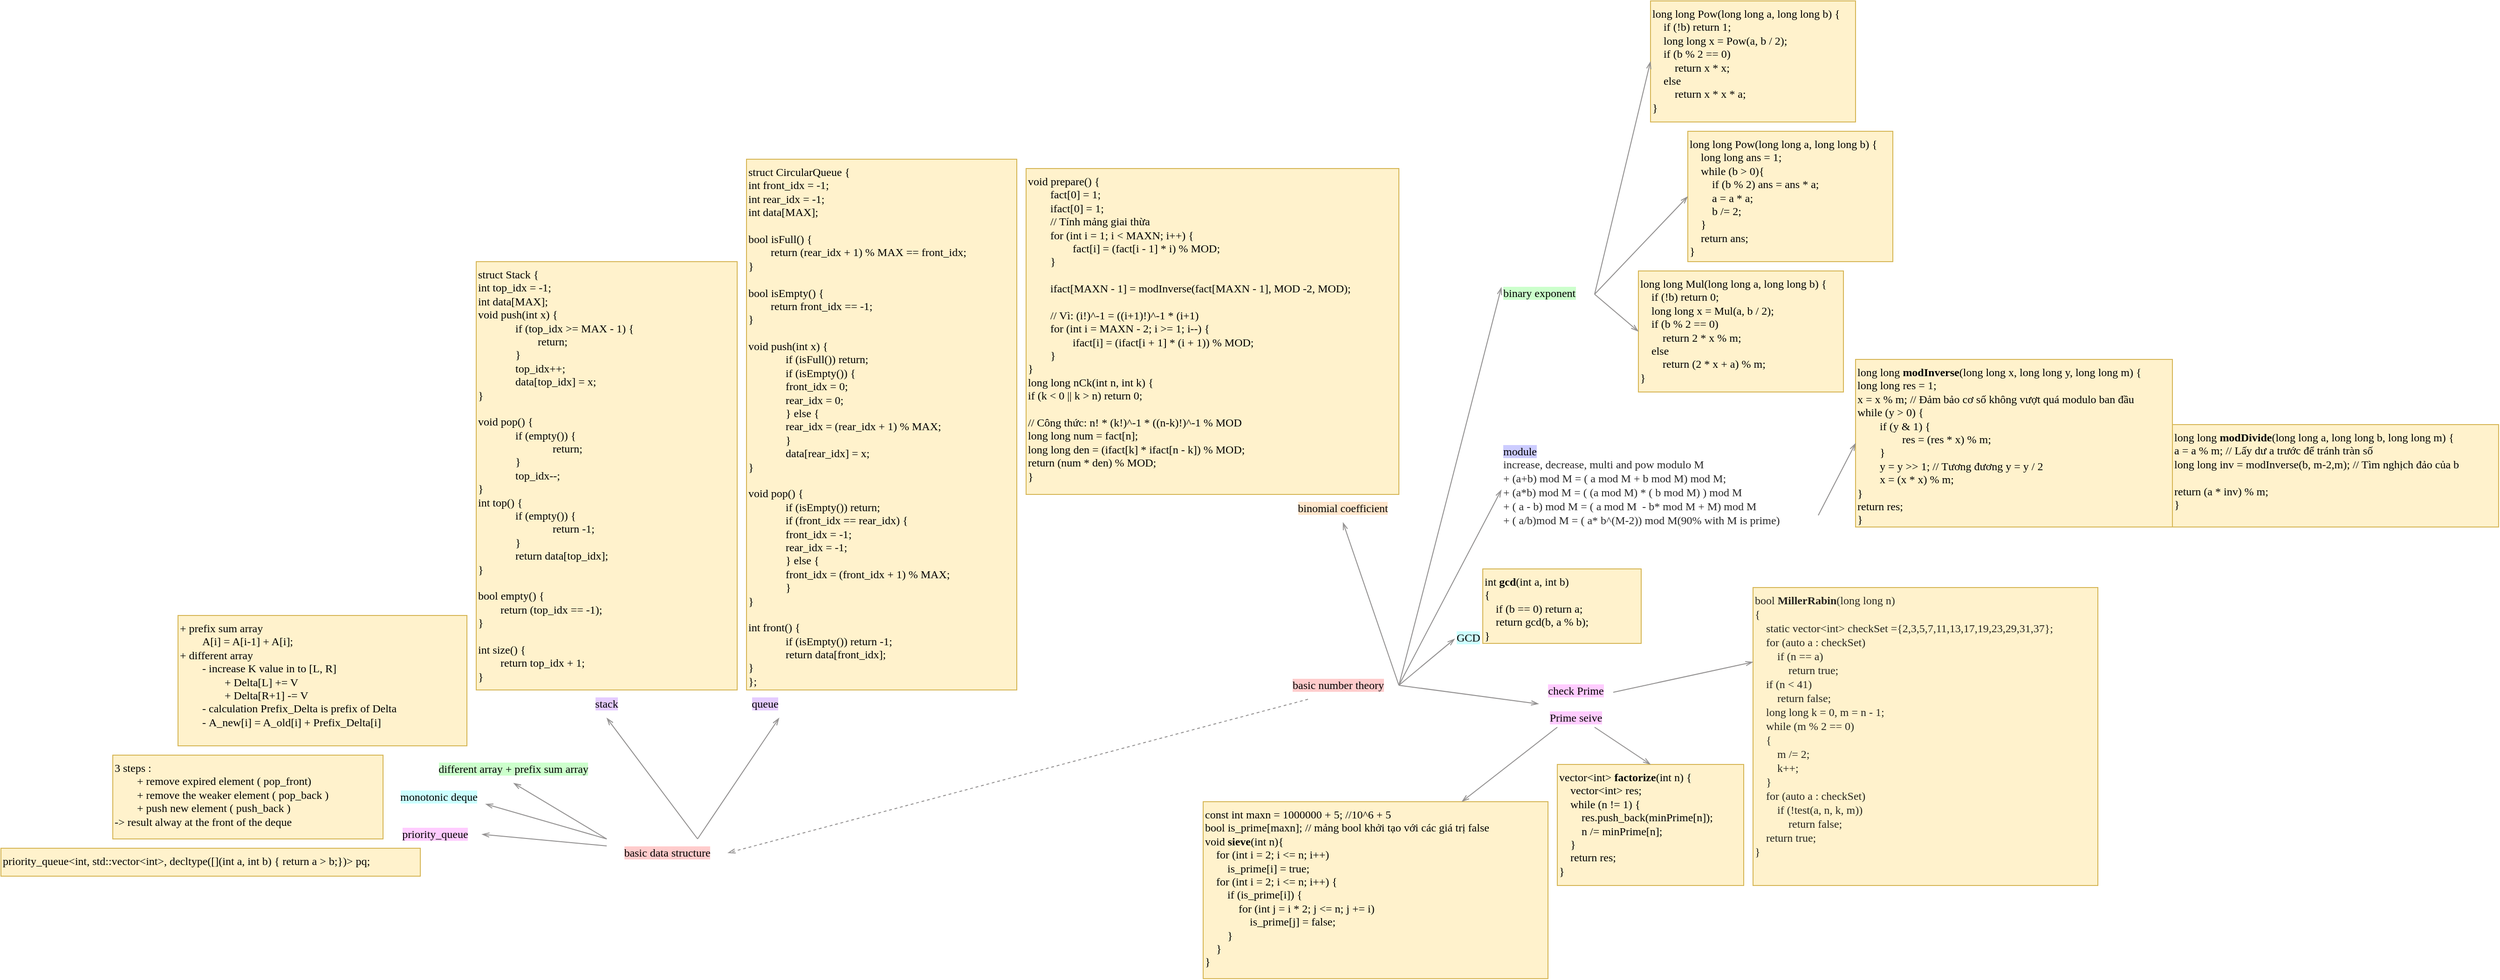
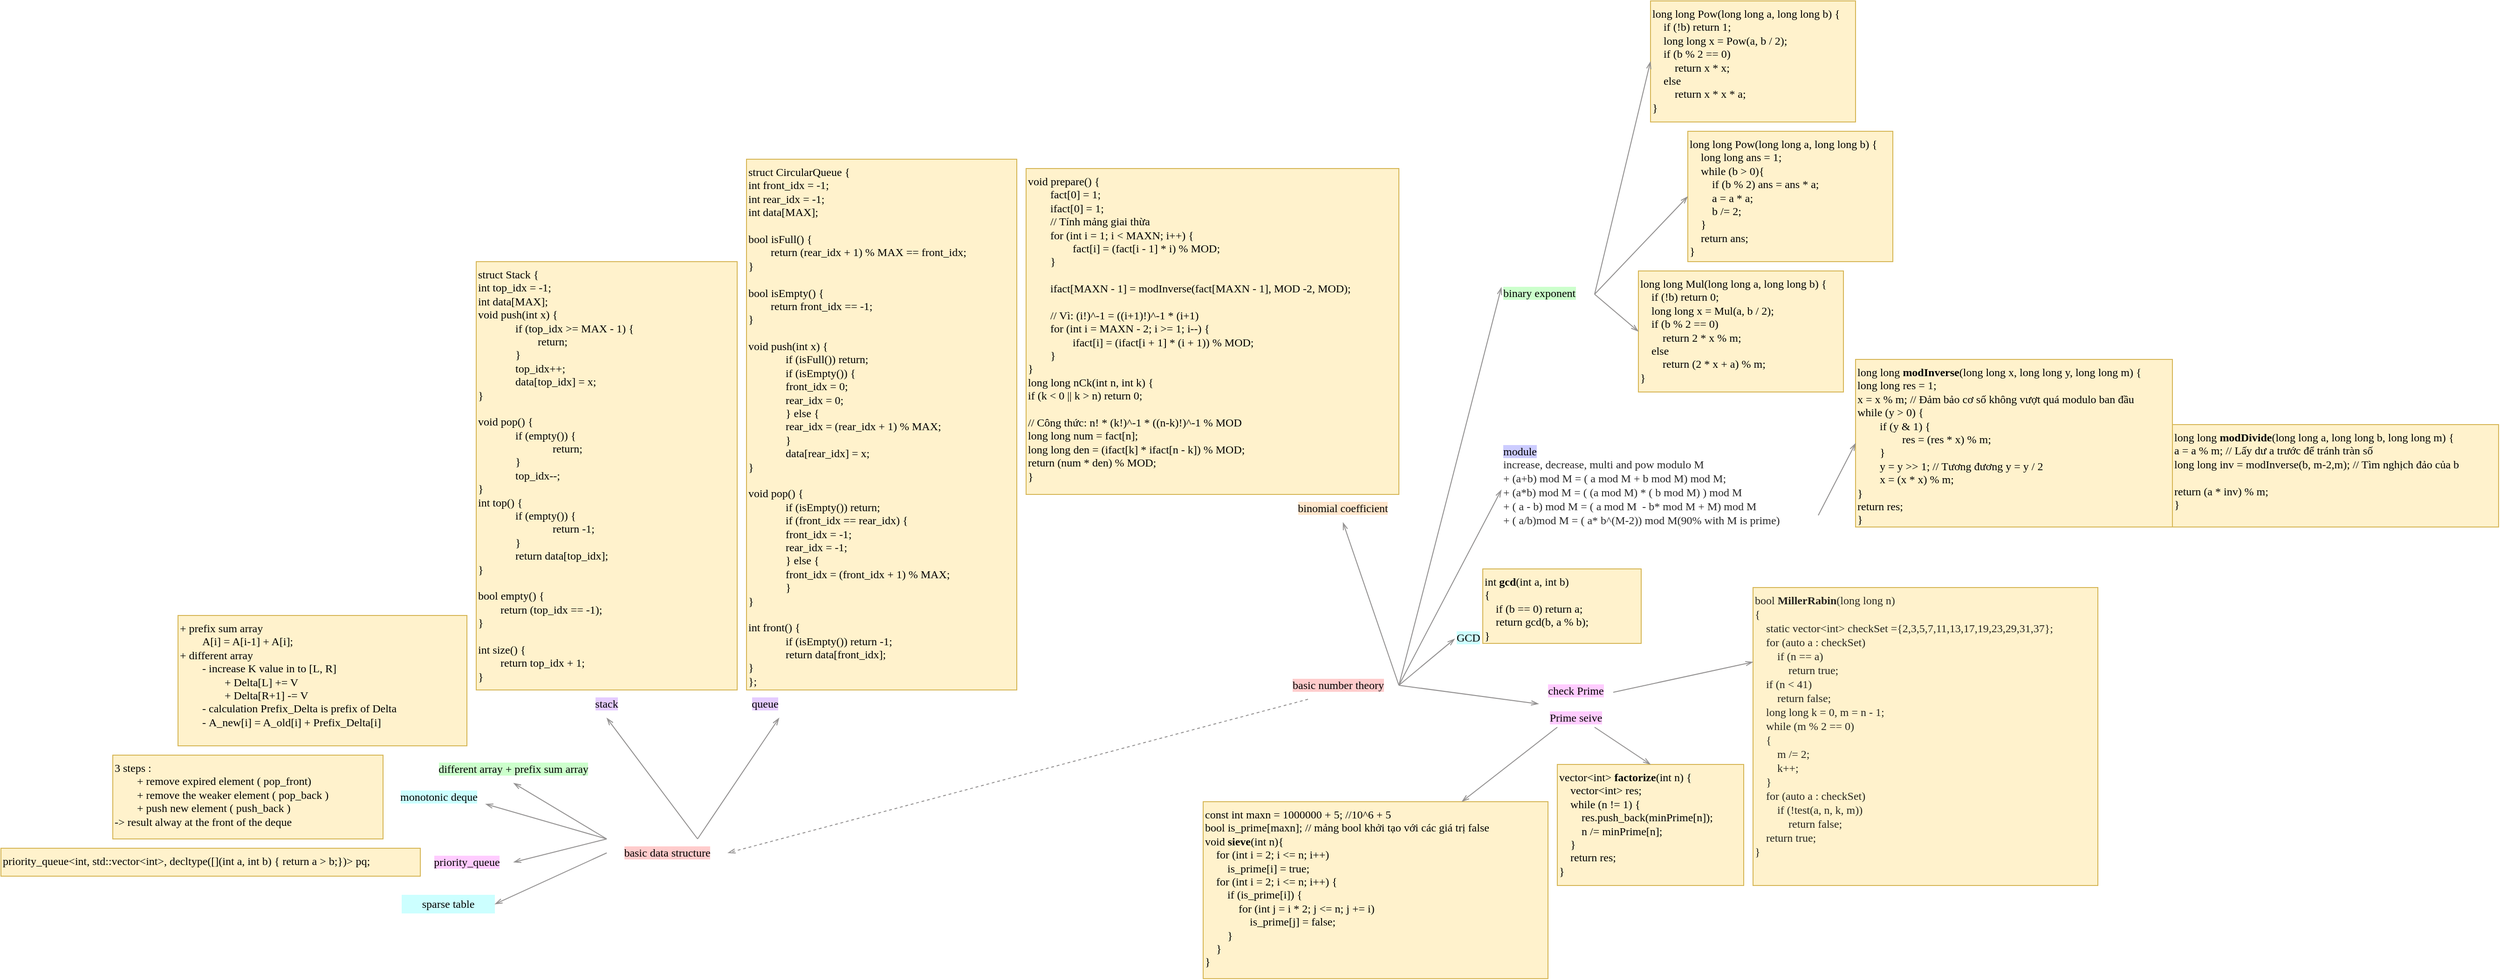
<mxfile host="Electron" agent="Mozilla/5.0 (Macintosh; Intel Mac OS X 10_15_7) AppleWebKit/537.36 (KHTML, like Gecko) draw.io/29.3.0 Chrome/140.0.7339.249 Electron/38.7.2 Safari/537.36" version="29.3.0">
  <diagram name="Page-1" id="lTk_YM_8AerEHsBu_3yp">
-     <mxGraphModel dx="2981" dy="1926" grid="1" gridSize="10" guides="1" tooltips="1" connect="1" arrows="1" fold="1" page="1" pageScale="1" pageWidth="827" pageHeight="1169" math="0" shadow="0">
+     <mxGraphModel dx="2388" dy="1588" grid="1" gridSize="10" guides="1" tooltips="1" connect="1" arrows="1" fold="1" page="1" pageScale="1" pageWidth="827" pageHeight="1169" math="0" shadow="0">
      <root>
        <mxCell id="0" />
        <mxCell id="1" parent="0" />
        <mxCell id="2UC4lkJaAp2TDeO5gQIq-2" parent="1" style="rounded=1;whiteSpace=wrap;html=1;fontFamily=Comic Sans MS;strokeColor=none;" value="&lt;span style=&quot;background-color: rgb(255, 204, 204);&quot;&gt;basic number theory&lt;/span&gt;" vertex="1">
          <mxGeometry height="30" width="130" x="440" y="220" as="geometry" />
        </mxCell>
        <mxCell id="2UC4lkJaAp2TDeO5gQIq-5" parent="1" style="text;html=1;whiteSpace=wrap;strokeColor=none;fillColor=none;align=left;verticalAlign=top;rounded=0;fontFamily=Comic Sans MS;" value="&lt;font style=&quot;background-color: rgb(204, 204, 255);&quot;&gt;module&lt;/font&gt;&lt;div&gt;&lt;p class=&quot;p1&quot; style=&quot;margin: 0px; font-variant-numeric: normal; font-variant-east-asian: normal; font-variant-alternates: normal; font-size-adjust: none; font-kerning: auto; font-optical-sizing: auto; font-feature-settings: normal; font-variation-settings: normal; font-variant-position: normal; font-variant-emoji: normal; font-stretch: normal; line-height: normal; color: rgba(0, 0, 0, 0.85);&quot;&gt;&lt;font&gt;increase, decrease, multi and pow modulo M&lt;/font&gt;&lt;/p&gt;&lt;p class=&quot;p1&quot; style=&quot;margin: 0px; font-variant-numeric: normal; font-variant-east-asian: normal; font-variant-alternates: normal; font-size-adjust: none; font-kerning: auto; font-optical-sizing: auto; font-feature-settings: normal; font-variation-settings: normal; font-variant-position: normal; font-variant-emoji: normal; font-stretch: normal; line-height: normal; color: rgba(0, 0, 0, 0.85);&quot;&gt;&lt;font&gt;+ (a+b) mod M = ( a mod M + b mod M) mod M;&lt;/font&gt;&lt;/p&gt;&lt;p class=&quot;p1&quot; style=&quot;margin: 0px; font-variant-numeric: normal; font-variant-east-asian: normal; font-variant-alternates: normal; font-size-adjust: none; font-kerning: auto; font-optical-sizing: auto; font-feature-settings: normal; font-variation-settings: normal; font-variant-position: normal; font-variant-emoji: normal; font-stretch: normal; line-height: normal; color: rgba(0, 0, 0, 0.85);&quot;&gt;&lt;font&gt;+ (a*b) mod M = ( (a mod M) * ( b mod M) ) mod M&lt;/font&gt;&lt;/p&gt;&lt;p class=&quot;p1&quot; style=&quot;margin: 0px; font-variant-numeric: normal; font-variant-east-asian: normal; font-variant-alternates: normal; font-size-adjust: none; font-kerning: auto; font-optical-sizing: auto; font-feature-settings: normal; font-variation-settings: normal; font-variant-position: normal; font-variant-emoji: normal; font-stretch: normal; line-height: normal; color: rgba(0, 0, 0, 0.85);&quot;&gt;&lt;font&gt;+ ( a - b) mod M = ( a mod M&amp;nbsp; - b* mod M + M) mod M&lt;/font&gt;&lt;/p&gt;&lt;p class=&quot;p1&quot; style=&quot;margin: 0px; font-variant-numeric: normal; font-variant-east-asian: normal; font-variant-alternates: normal; font-size-adjust: none; font-kerning: auto; font-optical-sizing: auto; font-feature-settings: normal; font-variation-settings: normal; font-variant-position: normal; font-variant-emoji: normal; font-stretch: normal; line-height: normal; color: rgba(0, 0, 0, 0.85);&quot;&gt;+ ( a/b)mod M = ( a* b^(M-2)) mod M(90% with M is prime)&lt;/p&gt;&lt;/div&gt;" vertex="1">
          <mxGeometry height="110" width="340" x="680" y="-30" as="geometry" />
        </mxCell>
        <mxCell id="-DmCGCNFtCowsvC-I4bx-1" edge="1" parent="1" source="2UC4lkJaAp2TDeO5gQIq-2" style="endArrow=openThin;html=1;rounded=0;endFill=0;strokeColor=light-dark(#929090, #ededed);exitX=1;exitY=0.5;exitDx=0;exitDy=0;entryX=0;entryY=0.5;entryDx=0;entryDy=0;" target="2UC4lkJaAp2TDeO5gQIq-5" value="">
          <mxGeometry height="50" relative="1" width="50" as="geometry">
            <mxPoint x="890" y="320" as="sourcePoint" />
            <mxPoint x="940" y="270" as="targetPoint" />
          </mxGeometry>
        </mxCell>
        <mxCell id="-DmCGCNFtCowsvC-I4bx-2" parent="1" style="text;html=1;whiteSpace=wrap;strokeColor=none;fillColor=none;align=left;verticalAlign=top;rounded=0;" value="&lt;div&gt;&lt;div&gt;&lt;font face=&quot;Comic Sans MS&quot; style=&quot;background-color: rgb(204, 255, 255);&quot;&gt;GCD&lt;/font&gt;&lt;/div&gt;&lt;/div&gt;" vertex="1">
          <mxGeometry height="30" width="30" x="630" y="170" as="geometry" />
        </mxCell>
        <mxCell id="-DmCGCNFtCowsvC-I4bx-4" edge="1" parent="1" source="2UC4lkJaAp2TDeO5gQIq-2" style="endArrow=openThin;html=1;rounded=0;endFill=0;strokeColor=light-dark(#929090, #ededed);exitX=1;exitY=0.5;exitDx=0;exitDy=0;entryX=0;entryY=0.5;entryDx=0;entryDy=0;" target="-DmCGCNFtCowsvC-I4bx-2" value="">
          <mxGeometry height="50" relative="1" width="50" as="geometry">
            <mxPoint x="630" y="150" as="sourcePoint" />
            <mxPoint x="680" y="100" as="targetPoint" />
          </mxGeometry>
        </mxCell>
        <mxCell id="-DmCGCNFtCowsvC-I4bx-6" parent="1" style="rounded=0;whiteSpace=wrap;html=1;fillColor=#fff2cc;strokeColor=#d6b656;align=left;verticalAlign=top;fontFamily=Comic Sans MS;" value="&lt;span class=&quot;hljs-function&quot;&gt;&lt;span class=&quot;hljs-keyword&quot;&gt;long&lt;/span&gt; &lt;span class=&quot;hljs-keyword&quot;&gt;long&lt;/span&gt;&amp;nbsp;&lt;span class=&quot;hljs-params&quot;&gt;&lt;b&gt;modInverse&lt;/b&gt;(&lt;span class=&quot;hljs-keyword&quot;&gt;long&lt;/span&gt; &lt;span class=&quot;hljs-keyword&quot;&gt;long&lt;/span&gt; x, &lt;span class=&quot;hljs-keyword&quot;&gt;long&lt;/span&gt; &lt;span class=&quot;hljs-keyword&quot;&gt;long&lt;/span&gt; y, &lt;span class=&quot;hljs-keyword&quot;&gt;long&lt;/span&gt; &lt;span class=&quot;hljs-keyword&quot;&gt;long&lt;/span&gt; m)&lt;/span&gt; &lt;/span&gt;{&lt;br&gt;    &lt;span class=&quot;hljs-keyword&quot;&gt;long&lt;/span&gt; &lt;span class=&quot;hljs-keyword&quot;&gt;long&lt;/span&gt; res = &lt;span class=&quot;hljs-number&quot;&gt;1&lt;/span&gt;;&lt;br&gt;    x = x % m; &lt;span class=&quot;hljs-comment&quot;&gt;// Đảm bảo cơ số không vượt quá modulo ban đầu&lt;/span&gt;&lt;br&gt;    &lt;span class=&quot;hljs-keyword&quot;&gt;while&lt;/span&gt; (y &amp;gt; &lt;span class=&quot;hljs-number&quot;&gt;0&lt;/span&gt;) {&lt;br&gt;&lt;span class=&quot;hljs-keyword&quot;&gt;&lt;span style=&quot;white-space: pre;&quot;&gt;&#x9;&lt;/span&gt;if&lt;/span&gt; (y &amp;amp; &lt;span class=&quot;hljs-number&quot;&gt;1&lt;/span&gt;) {&lt;br&gt;            &lt;span style=&quot;white-space: pre;&quot;&gt;&#x9;&lt;/span&gt;&lt;span style=&quot;white-space: pre;&quot;&gt;&#x9;&lt;/span&gt;res = (res * x) % m;&lt;br&gt;        &lt;span style=&quot;white-space: pre;&quot;&gt;&#x9;&lt;/span&gt;}&lt;br&gt;        &lt;span style=&quot;white-space: pre;&quot;&gt;&#x9;&lt;/span&gt;y = y &amp;gt;&amp;gt; &lt;span class=&quot;hljs-number&quot;&gt;1&lt;/span&gt;; &lt;span class=&quot;hljs-comment&quot;&gt;// Tương đương y = y / 2&lt;/span&gt;&lt;br&gt;        &lt;span style=&quot;white-space: pre;&quot;&gt;&#x9;&lt;/span&gt;x = (x * x) % m;&lt;br&gt;}&lt;br&gt;    &lt;span class=&quot;hljs-keyword&quot;&gt;return&lt;/span&gt; res;&lt;br&gt;}" vertex="1">
          <mxGeometry height="180" width="340" x="1060" y="-115" as="geometry" />
        </mxCell>
        <mxCell id="-DmCGCNFtCowsvC-I4bx-8" parent="1" style="rounded=0;whiteSpace=wrap;html=1;fillColor=#fff2cc;strokeColor=#d6b656;align=left;verticalAlign=top;fontFamily=Comic Sans MS;" value="&lt;div&gt;int&amp;nbsp;&lt;b&gt;gcd&lt;/b&gt;(int a, int b)&lt;/div&gt;&lt;div&gt;{&lt;/div&gt;&lt;div&gt;&amp;nbsp; &amp;nbsp; if (b == 0) return a;&lt;/div&gt;&lt;div&gt;&amp;nbsp; &amp;nbsp; return gcd(b, a % b);&lt;/div&gt;&lt;div&gt;}&lt;/div&gt;" vertex="1">
          <mxGeometry height="80" width="170" x="660" y="110" as="geometry" />
        </mxCell>
        <mxCell id="-DmCGCNFtCowsvC-I4bx-10" parent="1" style="rounded=0;whiteSpace=wrap;html=1;fillColor=#fff2cc;strokeColor=#d6b656;align=left;verticalAlign=top;fontFamily=Comic Sans MS;" value="&lt;span class=&quot;hljs-function&quot;&gt;&lt;span class=&quot;hljs-keyword&quot;&gt;long&lt;/span&gt; &lt;span class=&quot;hljs-keyword&quot;&gt;long&lt;/span&gt; &lt;span class=&quot;hljs-title&quot;&gt;&lt;b&gt;modDivide&lt;/b&gt;&lt;/span&gt;&lt;span class=&quot;hljs-params&quot;&gt;(&lt;span class=&quot;hljs-keyword&quot;&gt;long&lt;/span&gt; &lt;span class=&quot;hljs-keyword&quot;&gt;long&lt;/span&gt; a, &lt;span class=&quot;hljs-keyword&quot;&gt;long&lt;/span&gt; &lt;span class=&quot;hljs-keyword&quot;&gt;long&lt;/span&gt; b, &lt;span class=&quot;hljs-keyword&quot;&gt;long&lt;/span&gt; &lt;span class=&quot;hljs-keyword&quot;&gt;long&lt;/span&gt; m)&lt;/span&gt; &lt;/span&gt;{&lt;br&gt;    a = a % m; &lt;span class=&quot;hljs-comment&quot;&gt;// Lấy dư a trước để tránh tràn số&lt;/span&gt;&lt;br&gt;    &lt;span class=&quot;hljs-keyword&quot;&gt;long&lt;/span&gt; &lt;span class=&quot;hljs-keyword&quot;&gt;long&lt;/span&gt; inv = modInverse(b, m-2,m); &lt;span class=&quot;hljs-comment&quot;&gt;// Tìm nghịch đảo của b&lt;/span&gt;&lt;br&gt;&lt;span class=&quot;hljs-keyword&quot;&gt;&lt;br&gt;&lt;/span&gt;&lt;div&gt;&lt;span class=&quot;hljs-keyword&quot;&gt;return&lt;/span&gt; (a * inv) % m;&lt;br&gt;}&lt;/div&gt;" vertex="1">
          <mxGeometry height="110" width="350" x="1400" y="-45" as="geometry" />
        </mxCell>
        <mxCell id="-DmCGCNFtCowsvC-I4bx-11" parent="1" style="text;html=1;whiteSpace=wrap;strokeColor=none;fillColor=none;align=center;verticalAlign=middle;rounded=0;" value="&lt;font face=&quot;Comic Sans MS&quot; style=&quot;background-color: rgb(255, 204, 255);&quot;&gt;check Prime&lt;/font&gt;&lt;div&gt;&lt;font face=&quot;Comic Sans MS&quot; style=&quot;background-color: rgb(255, 204, 255);&quot;&gt;&lt;br&gt;&lt;/font&gt;&lt;/div&gt;&lt;div&gt;&lt;font face=&quot;Comic Sans MS&quot; style=&quot;background-color: rgb(255, 204, 255);&quot;&gt;Prime seive&lt;/font&gt;&lt;/div&gt;" vertex="1">
          <mxGeometry height="50" width="80" x="720" y="230" as="geometry" />
        </mxCell>
        <mxCell id="-DmCGCNFtCowsvC-I4bx-12" edge="1" parent="1" source="2UC4lkJaAp2TDeO5gQIq-2" style="endArrow=openThin;html=1;rounded=0;endFill=0;strokeColor=light-dark(#929090, #ededed);exitX=1;exitY=0.5;exitDx=0;exitDy=0;entryX=0;entryY=0.5;entryDx=0;entryDy=0;" target="-DmCGCNFtCowsvC-I4bx-11" value="">
          <mxGeometry height="50" relative="1" width="50" as="geometry">
            <mxPoint x="830" y="180" as="sourcePoint" />
            <mxPoint x="880" y="130" as="targetPoint" />
          </mxGeometry>
        </mxCell>
        <mxCell id="-DmCGCNFtCowsvC-I4bx-13" parent="1" style="rounded=0;whiteSpace=wrap;html=1;fillColor=#fff2cc;strokeColor=#d6b656;align=left;verticalAlign=top;fontFamily=Comic Sans MS;fontSize=12;" value="&lt;p class=&quot;p1&quot; style=&quot;margin: 0px; font-variant-numeric: normal; font-variant-east-asian: normal; font-variant-alternates: normal; font-size-adjust: none; font-kerning: auto; font-optical-sizing: auto; font-feature-settings: normal; font-variation-settings: normal; font-variant-position: normal; font-variant-emoji: normal; font-stretch: normal; line-height: normal; color: rgba(0, 0, 0, 0.85);&quot;&gt;bool &lt;b&gt;MillerRabin&lt;/b&gt;(long long n)&lt;/p&gt;&lt;p class=&quot;p1&quot; style=&quot;margin: 0px; font-variant-numeric: normal; font-variant-east-asian: normal; font-variant-alternates: normal; font-size-adjust: none; font-kerning: auto; font-optical-sizing: auto; font-feature-settings: normal; font-variation-settings: normal; font-variant-position: normal; font-variant-emoji: normal; font-stretch: normal; line-height: normal; color: rgba(0, 0, 0, 0.85);&quot;&gt;{&lt;/p&gt;&lt;p class=&quot;p1&quot; style=&quot;margin: 0px; font-variant-numeric: normal; font-variant-east-asian: normal; font-variant-alternates: normal; font-size-adjust: none; font-kerning: auto; font-optical-sizing: auto; font-feature-settings: normal; font-variation-settings: normal; font-variant-position: normal; font-variant-emoji: normal; font-stretch: normal; line-height: normal; color: rgba(0, 0, 0, 0.85);&quot;&gt;&lt;span class=&quot;Apple-converted-space&quot;&gt;&amp;nbsp; &amp;nbsp; &lt;/span&gt;static vector&amp;lt;int&amp;gt; checkSet ={2,3,5,7,11,13,17,19,23,29,31,37};&lt;/p&gt;&lt;p class=&quot;p1&quot; style=&quot;margin: 0px; font-variant-numeric: normal; font-variant-east-asian: normal; font-variant-alternates: normal; font-size-adjust: none; font-kerning: auto; font-optical-sizing: auto; font-feature-settings: normal; font-variation-settings: normal; font-variant-position: normal; font-variant-emoji: normal; font-stretch: normal; line-height: normal; color: rgba(0, 0, 0, 0.85);&quot;&gt;&lt;span class=&quot;Apple-converted-space&quot;&gt;&amp;nbsp; &amp;nbsp; &lt;/span&gt;for (auto a : checkSet)&lt;/p&gt;&lt;p class=&quot;p1&quot; style=&quot;margin: 0px; font-variant-numeric: normal; font-variant-east-asian: normal; font-variant-alternates: normal; font-size-adjust: none; font-kerning: auto; font-optical-sizing: auto; font-feature-settings: normal; font-variation-settings: normal; font-variant-position: normal; font-variant-emoji: normal; font-stretch: normal; line-height: normal; color: rgba(0, 0, 0, 0.85);&quot;&gt;&lt;span class=&quot;Apple-converted-space&quot;&gt;&amp;nbsp; &amp;nbsp; &amp;nbsp; &amp;nbsp; &lt;/span&gt;if (n == a)&lt;/p&gt;&lt;p class=&quot;p1&quot; style=&quot;margin: 0px; font-variant-numeric: normal; font-variant-east-asian: normal; font-variant-alternates: normal; font-size-adjust: none; font-kerning: auto; font-optical-sizing: auto; font-feature-settings: normal; font-variation-settings: normal; font-variant-position: normal; font-variant-emoji: normal; font-stretch: normal; line-height: normal; color: rgba(0, 0, 0, 0.85);&quot;&gt;&lt;span class=&quot;Apple-converted-space&quot;&gt;&amp;nbsp; &amp;nbsp; &amp;nbsp; &amp;nbsp; &amp;nbsp; &amp;nbsp; &lt;/span&gt;return true;&lt;/p&gt;&lt;p class=&quot;p1&quot; style=&quot;margin: 0px; font-variant-numeric: normal; font-variant-east-asian: normal; font-variant-alternates: normal; font-size-adjust: none; font-kerning: auto; font-optical-sizing: auto; font-feature-settings: normal; font-variation-settings: normal; font-variant-position: normal; font-variant-emoji: normal; font-stretch: normal; line-height: normal; color: rgba(0, 0, 0, 0.85);&quot;&gt;&lt;span class=&quot;Apple-converted-space&quot;&gt;&amp;nbsp; &amp;nbsp; &lt;/span&gt;if (n &amp;lt; 41)&lt;/p&gt;&lt;p class=&quot;p1&quot; style=&quot;margin: 0px; font-variant-numeric: normal; font-variant-east-asian: normal; font-variant-alternates: normal; font-size-adjust: none; font-kerning: auto; font-optical-sizing: auto; font-feature-settings: normal; font-variation-settings: normal; font-variant-position: normal; font-variant-emoji: normal; font-stretch: normal; line-height: normal; color: rgba(0, 0, 0, 0.85);&quot;&gt;&lt;span class=&quot;Apple-converted-space&quot;&gt;&amp;nbsp; &amp;nbsp; &amp;nbsp; &amp;nbsp; &lt;/span&gt;return false;&lt;/p&gt;&lt;p class=&quot;p1&quot; style=&quot;margin: 0px; font-variant-numeric: normal; font-variant-east-asian: normal; font-variant-alternates: normal; font-size-adjust: none; font-kerning: auto; font-optical-sizing: auto; font-feature-settings: normal; font-variation-settings: normal; font-variant-position: normal; font-variant-emoji: normal; font-stretch: normal; line-height: normal; color: rgba(0, 0, 0, 0.85);&quot;&gt;&lt;span class=&quot;Apple-converted-space&quot;&gt;&amp;nbsp; &amp;nbsp; &lt;/span&gt;long long k = 0, m = n - 1;&lt;/p&gt;&lt;p class=&quot;p1&quot; style=&quot;margin: 0px; font-variant-numeric: normal; font-variant-east-asian: normal; font-variant-alternates: normal; font-size-adjust: none; font-kerning: auto; font-optical-sizing: auto; font-feature-settings: normal; font-variation-settings: normal; font-variant-position: normal; font-variant-emoji: normal; font-stretch: normal; line-height: normal; color: rgba(0, 0, 0, 0.85);&quot;&gt;&lt;span class=&quot;Apple-converted-space&quot;&gt;&amp;nbsp; &amp;nbsp; &lt;/span&gt;while (m % 2 == 0)&lt;/p&gt;&lt;p class=&quot;p1&quot; style=&quot;margin: 0px; font-variant-numeric: normal; font-variant-east-asian: normal; font-variant-alternates: normal; font-size-adjust: none; font-kerning: auto; font-optical-sizing: auto; font-feature-settings: normal; font-variation-settings: normal; font-variant-position: normal; font-variant-emoji: normal; font-stretch: normal; line-height: normal; color: rgba(0, 0, 0, 0.85);&quot;&gt;&lt;span class=&quot;Apple-converted-space&quot;&gt;&amp;nbsp; &amp;nbsp; &lt;/span&gt;{&lt;/p&gt;&lt;p class=&quot;p1&quot; style=&quot;margin: 0px; font-variant-numeric: normal; font-variant-east-asian: normal; font-variant-alternates: normal; font-size-adjust: none; font-kerning: auto; font-optical-sizing: auto; font-feature-settings: normal; font-variation-settings: normal; font-variant-position: normal; font-variant-emoji: normal; font-stretch: normal; line-height: normal; color: rgba(0, 0, 0, 0.85);&quot;&gt;&lt;span class=&quot;Apple-converted-space&quot;&gt;&amp;nbsp; &amp;nbsp; &amp;nbsp; &amp;nbsp; &lt;/span&gt;m /= 2;&lt;/p&gt;&lt;p class=&quot;p1&quot; style=&quot;margin: 0px; font-variant-numeric: normal; font-variant-east-asian: normal; font-variant-alternates: normal; font-size-adjust: none; font-kerning: auto; font-optical-sizing: auto; font-feature-settings: normal; font-variation-settings: normal; font-variant-position: normal; font-variant-emoji: normal; font-stretch: normal; line-height: normal; color: rgba(0, 0, 0, 0.85);&quot;&gt;&lt;span class=&quot;Apple-converted-space&quot;&gt;&amp;nbsp; &amp;nbsp; &amp;nbsp; &amp;nbsp; &lt;/span&gt;k++;&lt;/p&gt;&lt;p class=&quot;p1&quot; style=&quot;margin: 0px; font-variant-numeric: normal; font-variant-east-asian: normal; font-variant-alternates: normal; font-size-adjust: none; font-kerning: auto; font-optical-sizing: auto; font-feature-settings: normal; font-variation-settings: normal; font-variant-position: normal; font-variant-emoji: normal; font-stretch: normal; line-height: normal; color: rgba(0, 0, 0, 0.85);&quot;&gt;&lt;span class=&quot;Apple-converted-space&quot;&gt;&amp;nbsp; &amp;nbsp; &lt;/span&gt;}&lt;/p&gt;&lt;p class=&quot;p1&quot; style=&quot;margin: 0px; font-variant-numeric: normal; font-variant-east-asian: normal; font-variant-alternates: normal; font-size-adjust: none; font-kerning: auto; font-optical-sizing: auto; font-feature-settings: normal; font-variation-settings: normal; font-variant-position: normal; font-variant-emoji: normal; font-stretch: normal; line-height: normal; color: rgba(0, 0, 0, 0.85);&quot;&gt;&lt;span class=&quot;Apple-converted-space&quot;&gt;&amp;nbsp; &amp;nbsp; &lt;/span&gt;for (auto a : checkSet)&lt;/p&gt;&lt;p class=&quot;p1&quot; style=&quot;margin: 0px; font-variant-numeric: normal; font-variant-east-asian: normal; font-variant-alternates: normal; font-size-adjust: none; font-kerning: auto; font-optical-sizing: auto; font-feature-settings: normal; font-variation-settings: normal; font-variant-position: normal; font-variant-emoji: normal; font-stretch: normal; line-height: normal; color: rgba(0, 0, 0, 0.85);&quot;&gt;&lt;span class=&quot;Apple-converted-space&quot;&gt;&amp;nbsp; &amp;nbsp; &amp;nbsp; &amp;nbsp; &lt;/span&gt;if (!test(a, n, k, m))&lt;/p&gt;&lt;p class=&quot;p1&quot; style=&quot;margin: 0px; font-variant-numeric: normal; font-variant-east-asian: normal; font-variant-alternates: normal; font-size-adjust: none; font-kerning: auto; font-optical-sizing: auto; font-feature-settings: normal; font-variation-settings: normal; font-variant-position: normal; font-variant-emoji: normal; font-stretch: normal; line-height: normal; color: rgba(0, 0, 0, 0.85);&quot;&gt;&lt;span class=&quot;Apple-converted-space&quot;&gt;&amp;nbsp; &amp;nbsp; &amp;nbsp; &amp;nbsp; &amp;nbsp; &amp;nbsp; &lt;/span&gt;return false;&lt;/p&gt;&lt;p class=&quot;p1&quot; style=&quot;margin: 0px; font-variant-numeric: normal; font-variant-east-asian: normal; font-variant-alternates: normal; font-size-adjust: none; font-kerning: auto; font-optical-sizing: auto; font-feature-settings: normal; font-variation-settings: normal; font-variant-position: normal; font-variant-emoji: normal; font-stretch: normal; line-height: normal; color: rgba(0, 0, 0, 0.85);&quot;&gt;&lt;span class=&quot;Apple-converted-space&quot;&gt;&amp;nbsp; &amp;nbsp; &lt;/span&gt;return true;&lt;/p&gt;&lt;p class=&quot;p1&quot; style=&quot;margin: 0px; font-variant-numeric: normal; font-variant-east-asian: normal; font-variant-alternates: normal; font-size-adjust: none; font-kerning: auto; font-optical-sizing: auto; font-feature-settings: normal; font-variation-settings: normal; font-variant-position: normal; font-variant-emoji: normal; font-stretch: normal; line-height: normal; color: rgba(0, 0, 0, 0.85);&quot;&gt;}&lt;/p&gt;" vertex="1">
          <mxGeometry height="320" width="370" x="950" y="130" as="geometry" />
        </mxCell>
        <mxCell id="-DmCGCNFtCowsvC-I4bx-14" edge="1" parent="1" source="-DmCGCNFtCowsvC-I4bx-11" style="endArrow=openThin;html=1;rounded=0;endFill=0;strokeColor=light-dark(#929090, #ededed);exitX=1;exitY=0.25;exitDx=0;exitDy=0;entryX=0;entryY=0.25;entryDx=0;entryDy=0;" target="-DmCGCNFtCowsvC-I4bx-13" value="">
          <mxGeometry height="50" relative="1" width="50" as="geometry">
            <mxPoint x="850" y="170" as="sourcePoint" />
            <mxPoint x="900" y="120" as="targetPoint" />
          </mxGeometry>
        </mxCell>
        <mxCell id="-DmCGCNFtCowsvC-I4bx-15" parent="1" style="rounded=0;whiteSpace=wrap;html=1;fillColor=#fff2cc;strokeColor=#d6b656;align=left;verticalAlign=top;fontFamily=Comic Sans MS;" value="&lt;div&gt;const int maxn = 1000000 + 5; //10^6 + 5&lt;/div&gt;&lt;div&gt;bool is_prime[maxn]; // mảng bool khởi tạo với các giá trị false&lt;/div&gt;&lt;div&gt;void &lt;b&gt;sieve&lt;/b&gt;(int n){&lt;/div&gt;&lt;div&gt;&lt;span style=&quot;background-color: transparent; color: light-dark(rgb(0, 0, 0), rgb(255, 255, 255));&quot;&gt;&amp;nbsp; &amp;nbsp; for (int i = 2; i &amp;lt;= n; i++)&lt;/span&gt;&lt;/div&gt;&lt;div&gt;&amp;nbsp; &amp;nbsp; &amp;nbsp; &amp;nbsp; is_prime[i] = true;&lt;/div&gt;&lt;div&gt;&amp;nbsp; &amp;nbsp; for (int i = 2; i &amp;lt;= n; i++) {&lt;/div&gt;&lt;div&gt;&amp;nbsp; &amp;nbsp; &amp;nbsp; &amp;nbsp; if (is_prime[i]) {&lt;/div&gt;&lt;div&gt;&amp;nbsp; &amp;nbsp; &amp;nbsp; &amp;nbsp; &amp;nbsp; &amp;nbsp; for (int j = i * 2; j &amp;lt;= n; j += i)&lt;/div&gt;&lt;div&gt;&lt;span style=&quot;background-color: transparent; color: light-dark(rgb(0, 0, 0), rgb(255, 255, 255));&quot;&gt;&amp;nbsp; &amp;nbsp; &amp;nbsp; &amp;nbsp; &amp;nbsp; &amp;nbsp; &amp;nbsp; &amp;nbsp; is_prime[j] = false;&lt;/span&gt;&lt;/div&gt;&lt;div&gt;&amp;nbsp; &amp;nbsp; &amp;nbsp; &amp;nbsp; }&lt;/div&gt;&lt;div&gt;&amp;nbsp; &amp;nbsp; }&lt;/div&gt;&lt;div&gt;}&lt;/div&gt;" vertex="1">
          <mxGeometry height="190" width="370" x="360" y="360" as="geometry" />
        </mxCell>
        <mxCell id="-DmCGCNFtCowsvC-I4bx-16" edge="1" parent="1" source="-DmCGCNFtCowsvC-I4bx-11" style="endArrow=openThin;html=1;rounded=0;endFill=0;strokeColor=light-dark(#929090, #ededed);exitX=0.25;exitY=1;exitDx=0;exitDy=0;entryX=0.75;entryY=0;entryDx=0;entryDy=0;" target="-DmCGCNFtCowsvC-I4bx-15" value="">
          <mxGeometry height="50" relative="1" width="50" as="geometry">
            <mxPoint x="810" y="260" as="sourcePoint" />
            <mxPoint x="860" y="210" as="targetPoint" />
          </mxGeometry>
        </mxCell>
        <mxCell id="-DmCGCNFtCowsvC-I4bx-17" parent="1" style="text;html=1;whiteSpace=wrap;strokeColor=none;fillColor=none;align=left;verticalAlign=top;rounded=0;" value="&lt;font face=&quot;Comic Sans MS&quot; style=&quot;background-color: rgb(204, 255, 204);&quot;&gt;binary exponent&lt;/font&gt;&lt;div&gt;&lt;font face=&quot;Comic Sans MS&quot;&gt;&lt;br&gt;&lt;/font&gt;&lt;/div&gt;" vertex="1">
          <mxGeometry height="30" width="100" x="680" y="-200" as="geometry" />
        </mxCell>
        <mxCell id="-DmCGCNFtCowsvC-I4bx-18" edge="1" parent="1" source="2UC4lkJaAp2TDeO5gQIq-2" style="endArrow=openThin;html=1;rounded=0;endFill=0;strokeColor=light-dark(#929090, #ededed);entryX=0;entryY=0.25;entryDx=0;entryDy=0;exitX=1;exitY=0.5;exitDx=0;exitDy=0;" target="-DmCGCNFtCowsvC-I4bx-17" value="">
          <mxGeometry height="50" relative="1" width="50" as="geometry">
            <mxPoint x="730" y="-10" as="sourcePoint" />
            <mxPoint x="780" y="-60" as="targetPoint" />
          </mxGeometry>
        </mxCell>
        <mxCell id="-DmCGCNFtCowsvC-I4bx-20" parent="1" style="rounded=0;whiteSpace=wrap;html=1;fillColor=#fff2cc;strokeColor=#d6b656;align=left;verticalAlign=top;fontFamily=Comic Sans MS;" value="&lt;div&gt;long long Pow(long long a, long long b) {&lt;/div&gt;&lt;div&gt;&amp;nbsp; &amp;nbsp; long long ans = 1;&lt;/div&gt;&lt;div&gt;&amp;nbsp; &amp;nbsp; while (b &amp;gt; 0){&lt;/div&gt;&lt;div&gt;&amp;nbsp; &amp;nbsp; &amp;nbsp; &amp;nbsp; if (b % 2) ans = ans * a;&lt;/div&gt;&lt;div&gt;&amp;nbsp; &amp;nbsp; &amp;nbsp; &amp;nbsp; a = a * a;&lt;/div&gt;&lt;div&gt;&amp;nbsp; &amp;nbsp; &amp;nbsp; &amp;nbsp; b /= 2;&lt;/div&gt;&lt;div&gt;&amp;nbsp; &amp;nbsp; }&lt;/div&gt;&lt;div&gt;&amp;nbsp; &amp;nbsp; return ans;&lt;/div&gt;&lt;div&gt;}&lt;/div&gt;" vertex="1">
          <mxGeometry height="140" width="220" x="880" y="-360" as="geometry" />
        </mxCell>
        <mxCell id="-DmCGCNFtCowsvC-I4bx-21" edge="1" parent="1" source="-DmCGCNFtCowsvC-I4bx-17" style="endArrow=openThin;html=1;rounded=0;endFill=0;strokeColor=light-dark(#929090, #ededed);entryX=0;entryY=0.5;entryDx=0;entryDy=0;exitX=1;exitY=0.5;exitDx=0;exitDy=0;" target="-DmCGCNFtCowsvC-I4bx-20" value="">
          <mxGeometry height="50" relative="1" width="50" as="geometry">
            <mxPoint x="720" y="-70" as="sourcePoint" />
            <mxPoint x="770" y="-120" as="targetPoint" />
          </mxGeometry>
        </mxCell>
        <mxCell id="-DmCGCNFtCowsvC-I4bx-22" parent="1" style="rounded=0;whiteSpace=wrap;html=1;fillColor=#fff2cc;strokeColor=#d6b656;align=left;verticalAlign=top;fontFamily=Comic Sans MS;" value="&lt;div&gt;long long Pow(long long a, long long b) {&lt;/div&gt;&lt;div&gt;&amp;nbsp; &amp;nbsp; if (!b) return 1;&lt;/div&gt;&lt;div&gt;&amp;nbsp; &amp;nbsp; long long x = Pow(a, b / 2);&lt;/div&gt;&lt;div&gt;&amp;nbsp; &amp;nbsp; if (b % 2 == 0)&lt;/div&gt;&lt;div&gt;&amp;nbsp; &amp;nbsp; &amp;nbsp; &amp;nbsp; return x * x;&lt;/div&gt;&lt;div&gt;&amp;nbsp; &amp;nbsp; else&lt;/div&gt;&lt;div&gt;&amp;nbsp; &amp;nbsp; &amp;nbsp; &amp;nbsp; return x * x * a;&lt;/div&gt;&lt;div&gt;}&lt;/div&gt;" vertex="1">
          <mxGeometry height="130" width="220" x="840" y="-500" as="geometry" />
        </mxCell>
        <mxCell id="-DmCGCNFtCowsvC-I4bx-23" edge="1" parent="1" source="-DmCGCNFtCowsvC-I4bx-17" style="endArrow=openThin;html=1;rounded=0;endFill=0;strokeColor=light-dark(#929090, #ededed);exitX=1;exitY=0.5;exitDx=0;exitDy=0;entryX=0;entryY=0.5;entryDx=0;entryDy=0;" target="-DmCGCNFtCowsvC-I4bx-22" value="">
          <mxGeometry height="50" relative="1" width="50" as="geometry">
            <mxPoint x="900" y="-310" as="sourcePoint" />
            <mxPoint x="950" y="-360" as="targetPoint" />
          </mxGeometry>
        </mxCell>
        <mxCell id="-DmCGCNFtCowsvC-I4bx-24" parent="1" style="rounded=0;whiteSpace=wrap;html=1;fillColor=#fff2cc;strokeColor=#d6b656;align=left;verticalAlign=top;fontFamily=Comic Sans MS;" value="&lt;div&gt;long long Mul(long long a, long long b) {&lt;/div&gt;&lt;div&gt;&amp;nbsp; &amp;nbsp; if (!b) return 0;&lt;/div&gt;&lt;div&gt;&amp;nbsp; &amp;nbsp; long long x = Mul(a, b / 2);&lt;/div&gt;&lt;div&gt;&amp;nbsp; &amp;nbsp; if (b % 2 == 0)&lt;/div&gt;&lt;div&gt;&amp;nbsp; &amp;nbsp; &amp;nbsp; &amp;nbsp; return 2 * x % m;&lt;/div&gt;&lt;div&gt;&amp;nbsp; &amp;nbsp; else&lt;/div&gt;&lt;div&gt;&amp;nbsp; &amp;nbsp; &amp;nbsp; &amp;nbsp; return (2 * x + a) % m;&lt;/div&gt;&lt;div&gt;}&lt;/div&gt;" vertex="1">
          <mxGeometry height="130" width="220" x="827" y="-210" as="geometry" />
        </mxCell>
        <mxCell id="-DmCGCNFtCowsvC-I4bx-25" edge="1" parent="1" source="-DmCGCNFtCowsvC-I4bx-17" style="endArrow=openThin;html=1;rounded=0;endFill=0;strokeColor=light-dark(#929090, #ededed);exitX=1;exitY=0.5;exitDx=0;exitDy=0;entryX=0;entryY=0.5;entryDx=0;entryDy=0;" target="-DmCGCNFtCowsvC-I4bx-24" value="">
          <mxGeometry height="50" relative="1" width="50" as="geometry">
            <mxPoint x="1030" y="-240" as="sourcePoint" />
            <mxPoint x="1080" y="-290" as="targetPoint" />
          </mxGeometry>
        </mxCell>
        <mxCell id="-DmCGCNFtCowsvC-I4bx-27" edge="1" parent="1" source="2UC4lkJaAp2TDeO5gQIq-5" style="endArrow=openThin;html=1;rounded=0;endFill=0;strokeColor=light-dark(#929090, #ededed);exitX=1;exitY=0.75;exitDx=0;exitDy=0;entryX=0;entryY=0.5;entryDx=0;entryDy=0;" target="-DmCGCNFtCowsvC-I4bx-6" value="">
          <mxGeometry height="50" relative="1" width="50" as="geometry">
            <mxPoint x="970" y="70" as="sourcePoint" />
            <mxPoint x="1020" y="20" as="targetPoint" />
          </mxGeometry>
        </mxCell>
        <mxCell id="-DmCGCNFtCowsvC-I4bx-28" parent="1" style="rounded=0;whiteSpace=wrap;html=1;fillColor=#fff2cc;strokeColor=#d6b656;align=left;verticalAlign=top;fontFamily=Comic Sans MS;" value="&lt;div&gt;vector&amp;lt;int&amp;gt; &lt;b&gt;factorize&lt;/b&gt;(int n) {&lt;/div&gt;&lt;div&gt;&amp;nbsp; &amp;nbsp; vector&amp;lt;int&amp;gt; res;&lt;/div&gt;&lt;div&gt;&amp;nbsp; &amp;nbsp; while (n != 1) {&lt;/div&gt;&lt;div&gt;&amp;nbsp; &amp;nbsp; &amp;nbsp; &amp;nbsp; res.push_back(minPrime[n]);&lt;/div&gt;&lt;div&gt;&amp;nbsp; &amp;nbsp; &amp;nbsp; &amp;nbsp; n /= minPrime[n];&lt;/div&gt;&lt;div&gt;&amp;nbsp; &amp;nbsp; }&lt;/div&gt;&lt;div&gt;&amp;nbsp; &amp;nbsp; return res;&lt;/div&gt;&lt;div&gt;}&lt;/div&gt;" vertex="1">
          <mxGeometry height="130" width="200" x="740" y="320" as="geometry" />
        </mxCell>
        <mxCell id="-DmCGCNFtCowsvC-I4bx-29" edge="1" parent="1" source="-DmCGCNFtCowsvC-I4bx-11" style="endArrow=openThin;html=1;rounded=0;endFill=0;strokeColor=light-dark(#929090, #ededed);entryX=0.5;entryY=0;entryDx=0;entryDy=0;exitX=0.75;exitY=1;exitDx=0;exitDy=0;" target="-DmCGCNFtCowsvC-I4bx-28" value="">
          <mxGeometry height="50" relative="1" width="50" as="geometry">
            <mxPoint x="660" y="380" as="sourcePoint" />
            <mxPoint x="710" y="330" as="targetPoint" />
          </mxGeometry>
        </mxCell>
        <mxCell id="yBzh8kHyCaq23NqblMVC-1" parent="1" style="text;html=1;whiteSpace=wrap;strokeColor=none;fillColor=default;align=center;verticalAlign=middle;rounded=0;" value="&lt;font face=&quot;Comic Sans MS&quot; style=&quot;background-color: rgb(255, 230, 204);&quot;&gt;binomial coefficient&lt;/font&gt;" vertex="1">
          <mxGeometry height="30" width="120" x="450" y="30" as="geometry" />
        </mxCell>
        <mxCell id="yBzh8kHyCaq23NqblMVC-2" edge="1" parent="1" source="2UC4lkJaAp2TDeO5gQIq-2" style="endArrow=openThin;html=1;rounded=0;endFill=0;strokeColor=light-dark(#929090, #ededed);exitX=1;exitY=0.5;exitDx=0;exitDy=0;entryX=0.5;entryY=1;entryDx=0;entryDy=0;" target="yBzh8kHyCaq23NqblMVC-1" value="">
          <mxGeometry height="50" relative="1" width="50" as="geometry">
            <mxPoint x="450" y="10" as="sourcePoint" />
            <mxPoint x="500" y="-40" as="targetPoint" />
          </mxGeometry>
        </mxCell>
        <mxCell id="yBzh8kHyCaq23NqblMVC-3" parent="1" style="rounded=0;whiteSpace=wrap;html=1;fillColor=#fff2cc;strokeColor=#d6b656;align=left;verticalAlign=top;fontFamily=Comic Sans MS;" value="&lt;span class=&quot;hljs-function&quot;&gt;&lt;span class=&quot;hljs-keyword&quot;&gt;void&lt;/span&gt; &lt;span class=&quot;hljs-title&quot;&gt;prepare&lt;/span&gt;&lt;span class=&quot;hljs-params&quot;&gt;()&lt;/span&gt; &lt;/span&gt;{&lt;div&gt;&lt;span style=&quot;background-color: transparent; color: light-dark(rgb(0, 0, 0), rgb(255, 255, 255));&quot;&gt;&lt;span style=&quot;white-space: pre;&quot;&gt;&#x9;&lt;/span&gt;fact[&lt;/span&gt;&lt;span class=&quot;hljs-number&quot; style=&quot;background-color: transparent; color: light-dark(rgb(0, 0, 0), rgb(255, 255, 255));&quot;&gt;0&lt;/span&gt;&lt;span style=&quot;background-color: transparent; color: light-dark(rgb(0, 0, 0), rgb(255, 255, 255));&quot;&gt;] = &lt;/span&gt;&lt;span class=&quot;hljs-number&quot; style=&quot;background-color: transparent; color: light-dark(rgb(0, 0, 0), rgb(255, 255, 255));&quot;&gt;1&lt;/span&gt;&lt;span style=&quot;background-color: transparent; color: light-dark(rgb(0, 0, 0), rgb(255, 255, 255));&quot;&gt;;&lt;/span&gt;&lt;/div&gt;&lt;div&gt;&lt;span style=&quot;background-color: transparent; color: light-dark(rgb(0, 0, 0), rgb(255, 255, 255));&quot;&gt;&lt;span style=&quot;white-space: pre;&quot;&gt;&#x9;&lt;/span&gt;ifact[&lt;/span&gt;&lt;span class=&quot;hljs-number&quot; style=&quot;background-color: transparent; color: light-dark(rgb(0, 0, 0), rgb(255, 255, 255));&quot;&gt;0&lt;/span&gt;&lt;span style=&quot;background-color: transparent; color: light-dark(rgb(0, 0, 0), rgb(255, 255, 255));&quot;&gt;] = &lt;/span&gt;&lt;span class=&quot;hljs-number&quot; style=&quot;background-color: transparent; color: light-dark(rgb(0, 0, 0), rgb(255, 255, 255));&quot;&gt;1&lt;/span&gt;&lt;span style=&quot;background-color: transparent; color: light-dark(rgb(0, 0, 0), rgb(255, 255, 255));&quot;&gt;;&lt;/span&gt;&lt;/div&gt;&lt;div&gt;&lt;span style=&quot;background-color: transparent; color: light-dark(rgb(0, 0, 0), rgb(255, 255, 255));&quot;&gt;&lt;span style=&quot;white-space: pre;&quot;&gt;&#x9;&lt;/span&gt;// Tính mảng giai thừa&lt;/span&gt;&lt;/div&gt;&lt;div&gt;&lt;span class=&quot;hljs-keyword&quot; style=&quot;background-color: transparent; color: light-dark(rgb(0, 0, 0), rgb(255, 255, 255));&quot;&gt;&lt;span style=&quot;white-space: pre;&quot;&gt;&#x9;&lt;/span&gt;for&lt;/span&gt;&lt;span style=&quot;background-color: transparent; color: light-dark(rgb(0, 0, 0), rgb(255, 255, 255));&quot;&gt; (&lt;/span&gt;&lt;span class=&quot;hljs-keyword&quot; style=&quot;background-color: transparent; color: light-dark(rgb(0, 0, 0), rgb(255, 255, 255));&quot;&gt;int&lt;/span&gt;&lt;span style=&quot;background-color: transparent; color: light-dark(rgb(0, 0, 0), rgb(255, 255, 255));&quot;&gt; i = &lt;/span&gt;&lt;span class=&quot;hljs-number&quot; style=&quot;background-color: transparent; color: light-dark(rgb(0, 0, 0), rgb(255, 255, 255));&quot;&gt;1&lt;/span&gt;&lt;span style=&quot;background-color: transparent; color: light-dark(rgb(0, 0, 0), rgb(255, 255, 255));&quot;&gt;; i &amp;lt; MAXN; i++) {&lt;/span&gt;&lt;/div&gt;&lt;div&gt;&lt;span style=&quot;background-color: transparent; color: light-dark(rgb(0, 0, 0), rgb(255, 255, 255));&quot;&gt;&lt;span style=&quot;white-space: pre;&quot;&gt;&#x9;&lt;/span&gt;&lt;span style=&quot;white-space: pre;&quot;&gt;&#x9;&lt;/span&gt;fact[i] = (fact[i - &lt;/span&gt;&lt;span class=&quot;hljs-number&quot; style=&quot;background-color: transparent; color: light-dark(rgb(0, 0, 0), rgb(255, 255, 255));&quot;&gt;1&lt;/span&gt;&lt;span style=&quot;background-color: transparent; color: light-dark(rgb(0, 0, 0), rgb(255, 255, 255));&quot;&gt;] * i) % MOD;&lt;/span&gt;&lt;/div&gt;&lt;div&gt;&lt;span style=&quot;background-color: transparent; color: light-dark(rgb(0, 0, 0), rgb(255, 255, 255));&quot;&gt;&lt;span style=&quot;white-space: pre;&quot;&gt;&#x9;&lt;/span&gt;}&lt;/span&gt;&lt;span style=&quot;background-color: transparent; color: light-dark(rgb(0, 0, 0), rgb(255, 255, 255));&quot;&gt;&lt;br&gt;&lt;/span&gt;                    &lt;br&gt;&lt;div&gt;&lt;span style=&quot;white-space: pre;&quot;&gt;&#x9;&lt;/span&gt;ifact[MAXN - &lt;span class=&quot;hljs-number&quot;&gt;1&lt;/span&gt;] = modInverse(fact[MAXN - &lt;span class=&quot;hljs-number&quot;&gt;1&lt;/span&gt;], MOD -2, MOD);&lt;br&gt;    &lt;br&gt;&lt;span class=&quot;hljs-comment&quot;&gt;&lt;span style=&quot;white-space: pre;&quot;&gt;&#x9;&lt;/span&gt;// Vì: (i!)^-1 = ((i+1)!)^-1 * (i+1)&lt;/span&gt;&lt;br&gt;    &lt;span class=&quot;hljs-keyword&quot;&gt;&lt;span style=&quot;white-space: pre;&quot;&gt;&#x9;&lt;/span&gt;for&lt;/span&gt; (&lt;span class=&quot;hljs-keyword&quot;&gt;int&lt;/span&gt; i = MAXN - &lt;span class=&quot;hljs-number&quot;&gt;2&lt;/span&gt;; i &amp;gt;= &lt;span class=&quot;hljs-number&quot;&gt;1&lt;/span&gt;; i--) {&lt;br&gt;        &lt;span style=&quot;white-space: pre;&quot;&gt;&#x9;&lt;span style=&quot;white-space: pre;&quot;&gt;&#x9;&lt;/span&gt;&lt;/span&gt;ifact[i] = (ifact[i + &lt;span class=&quot;hljs-number&quot;&gt;1&lt;/span&gt;] * (i + &lt;span class=&quot;hljs-number&quot;&gt;1&lt;/span&gt;)) % MOD;&lt;br&gt;    &lt;span style=&quot;white-space: pre;&quot;&gt;&#x9;&lt;/span&gt;}&lt;br&gt;}&lt;/div&gt;&lt;/div&gt;&lt;div&gt;&lt;span class=&quot;hljs-function&quot;&gt;&lt;span class=&quot;hljs-keyword&quot;&gt;long&lt;/span&gt; &lt;span class=&quot;hljs-keyword&quot;&gt;long&lt;/span&gt; &lt;span class=&quot;hljs-title&quot;&gt;nCk&lt;/span&gt;&lt;span class=&quot;hljs-params&quot;&gt;(&lt;span class=&quot;hljs-keyword&quot;&gt;int&lt;/span&gt; n, &lt;span class=&quot;hljs-keyword&quot;&gt;int&lt;/span&gt; k)&lt;/span&gt; &lt;/span&gt;{&lt;br&gt;    &lt;span class=&quot;hljs-keyword&quot;&gt;if&lt;/span&gt; (k &amp;lt; &lt;span class=&quot;hljs-number&quot;&gt;0&lt;/span&gt; || k &amp;gt; n) &lt;span class=&quot;hljs-keyword&quot;&gt;return&lt;/span&gt; &lt;span class=&quot;hljs-number&quot;&gt;0&lt;/span&gt;;&lt;br&gt;    &lt;br&gt;    &lt;span class=&quot;hljs-comment&quot;&gt;// Công thức: n! * (k!)^-1 * ((n-k)!)^-1 % MOD&lt;/span&gt;&lt;br&gt;    &lt;span class=&quot;hljs-keyword&quot;&gt;long&lt;/span&gt; &lt;span class=&quot;hljs-keyword&quot;&gt;long&lt;/span&gt; num = fact[n];&lt;br&gt;    &lt;span class=&quot;hljs-keyword&quot;&gt;long&lt;/span&gt; &lt;span class=&quot;hljs-keyword&quot;&gt;long&lt;/span&gt; den = (ifact[k] * ifact[n - k]) % MOD;&lt;br&gt;    &lt;span class=&quot;hljs-keyword&quot;&gt;return&lt;/span&gt; (num * den) % MOD;&lt;br&gt;}&lt;/div&gt;" vertex="1">
          <mxGeometry height="350" width="400" x="170" y="-320" as="geometry" />
        </mxCell>
        <mxCell id="yBzh8kHyCaq23NqblMVC-4" parent="1" style="text;html=1;whiteSpace=wrap;strokeColor=none;fillColor=none;align=center;verticalAlign=middle;rounded=0;" value="&lt;font face=&quot;Comic Sans MS&quot; style=&quot;background-color: rgb(255, 204, 204);&quot;&gt;basic data structure&lt;/font&gt;" vertex="1">
          <mxGeometry height="30" width="130" x="-280" y="400" as="geometry" />
        </mxCell>
        <mxCell id="yBzh8kHyCaq23NqblMVC-8" edge="1" parent="1" source="2UC4lkJaAp2TDeO5gQIq-2" style="endArrow=openThin;html=1;rounded=0;endFill=0;strokeColor=light-dark(#929090, #ededed);exitX=0.25;exitY=1;exitDx=0;exitDy=0;entryX=1;entryY=0.5;entryDx=0;entryDy=0;dashed=1;" target="yBzh8kHyCaq23NqblMVC-4" value="">
          <mxGeometry height="50" relative="1" width="50" as="geometry">
            <mxPoint x="220" y="180" as="sourcePoint" />
            <mxPoint x="270" y="130" as="targetPoint" />
          </mxGeometry>
        </mxCell>
        <mxCell id="UlYSjl0lvdVRrL45acZb-1" parent="1" style="text;html=1;whiteSpace=wrap;strokeColor=none;fillColor=none;align=center;verticalAlign=middle;rounded=0;" value="&lt;font face=&quot;Comic Sans MS&quot; style=&quot;background-color: rgb(229, 204, 255);&quot;&gt;stack&lt;/font&gt;" vertex="1">
          <mxGeometry height="30" width="60" x="-310" y="239.99999999999955" as="geometry" />
        </mxCell>
        <mxCell id="UlYSjl0lvdVRrL45acZb-2" edge="1" parent="1" source="yBzh8kHyCaq23NqblMVC-4" style="endArrow=openThin;html=1;rounded=0;endFill=0;strokeColor=light-dark(#929090, #ededed);exitX=0.75;exitY=0;exitDx=0;exitDy=0;entryX=0.5;entryY=1;entryDx=0;entryDy=0;" target="UlYSjl0lvdVRrL45acZb-1" value="">
          <mxGeometry height="50" relative="1" width="50" as="geometry">
            <mxPoint x="150" y="470" as="sourcePoint" />
            <mxPoint x="200" y="420" as="targetPoint" />
          </mxGeometry>
        </mxCell>
        <mxCell id="UlYSjl0lvdVRrL45acZb-3" parent="1" style="rounded=0;whiteSpace=wrap;html=1;fillColor=#fff2cc;strokeColor=#d6b656;align=left;verticalAlign=top;fontFamily=Comic Sans MS;" value="&lt;span class=&quot;hljs-class&quot;&gt;&lt;span class=&quot;hljs-keyword&quot;&gt;struct&lt;/span&gt; &lt;span class=&quot;hljs-title&quot;&gt;Stack&lt;/span&gt; {&lt;/span&gt;&lt;br&gt;    &lt;span class=&quot;hljs-keyword&quot;&gt;int&lt;/span&gt; top_idx = &lt;span class=&quot;hljs-number&quot;&gt;-1&lt;/span&gt;;&lt;br&gt;    &lt;span class=&quot;hljs-keyword&quot;&gt;int&lt;/span&gt; data[MAX];&lt;br&gt;&lt;span class=&quot;hljs-function&quot;&gt;&lt;span class=&quot;hljs-keyword&quot;&gt;void&lt;/span&gt; &lt;span class=&quot;hljs-title&quot;&gt;push&lt;/span&gt;&lt;span class=&quot;hljs-params&quot;&gt;(&lt;span class=&quot;hljs-keyword&quot;&gt;int&lt;/span&gt; x)&lt;/span&gt; &lt;/span&gt;{&lt;blockquote style=&quot;margin: 0 0 0 40px; border: none; padding: 0px;&quot;&gt;&lt;div&gt;&lt;span class=&quot;hljs-keyword&quot; style=&quot;background-color: transparent; color: light-dark(rgb(0, 0, 0), rgb(255, 255, 255));&quot;&gt;if&lt;/span&gt;&lt;span style=&quot;background-color: transparent; color: light-dark(rgb(0, 0, 0), rgb(255, 255, 255));&quot;&gt; (top_idx &amp;gt;= MAX - &lt;/span&gt;&lt;span class=&quot;hljs-number&quot; style=&quot;background-color: transparent; color: light-dark(rgb(0, 0, 0), rgb(255, 255, 255));&quot;&gt;1&lt;/span&gt;&lt;span style=&quot;background-color: transparent; color: light-dark(rgb(0, 0, 0), rgb(255, 255, 255));&quot;&gt;) {&lt;/span&gt;&lt;/div&gt;&lt;div&gt;&lt;span class=&quot;hljs-keyword&quot; style=&quot;background-color: transparent; color: light-dark(rgb(0, 0, 0), rgb(255, 255, 255));&quot;&gt;&lt;span style=&quot;white-space: pre;&quot;&gt;&#x9;&lt;/span&gt;return&lt;/span&gt;&lt;span style=&quot;background-color: transparent; color: light-dark(rgb(0, 0, 0), rgb(255, 255, 255));&quot;&gt;;&lt;/span&gt;&lt;/div&gt;&lt;div&gt;                                }&lt;/div&gt;&lt;div&gt;        top_idx++;&lt;/div&gt;&lt;div&gt;        data[top_idx] = x;&lt;/div&gt;&lt;/blockquote&gt;&lt;div&gt;    }&lt;br&gt;&lt;br&gt;&lt;span class=&quot;hljs-function&quot;&gt;&lt;span class=&quot;hljs-keyword&quot;&gt;void&lt;/span&gt; &lt;span class=&quot;hljs-title&quot;&gt;pop&lt;/span&gt;&lt;span class=&quot;hljs-params&quot;&gt;()&lt;/span&gt; &lt;/span&gt;{&lt;br&gt;        &lt;/div&gt;&lt;blockquote style=&quot;margin: 0 0 0 40px; border: none; padding: 0px;&quot;&gt;&lt;div&gt;&lt;span class=&quot;hljs-keyword&quot;&gt;if&lt;/span&gt; (empty()) {&lt;/div&gt;&lt;blockquote style=&quot;margin: 0 0 0 40px; border: none; padding: 0px;&quot;&gt;&lt;div&gt;&lt;span class=&quot;hljs-keyword&quot; style=&quot;background-color: transparent; color: light-dark(rgb(0, 0, 0), rgb(255, 255, 255));&quot;&gt;return&lt;/span&gt;&lt;span style=&quot;background-color: transparent; color: light-dark(rgb(0, 0, 0), rgb(255, 255, 255));&quot;&gt;;&lt;/span&gt;&lt;/div&gt;&lt;/blockquote&gt;&lt;div&gt;        }&lt;/div&gt;&lt;div&gt;        top_idx--;&amp;nbsp;&lt;/div&gt;&lt;/blockquote&gt;&lt;div&gt;    }&lt;br&gt;&lt;span class=&quot;hljs-function&quot;&gt;&lt;span class=&quot;hljs-keyword&quot;&gt;int&lt;/span&gt; &lt;span class=&quot;hljs-title&quot;&gt;top&lt;/span&gt;&lt;span class=&quot;hljs-params&quot;&gt;()&lt;/span&gt; &lt;/span&gt;{&lt;br&gt;        &lt;/div&gt;&lt;blockquote style=&quot;margin: 0 0 0 40px; border: none; padding: 0px;&quot;&gt;&lt;div&gt;&lt;span class=&quot;hljs-keyword&quot;&gt;if&lt;/span&gt; (empty()) {&lt;/div&gt;&lt;blockquote style=&quot;margin: 0 0 0 40px; border: none; padding: 0px;&quot;&gt;&lt;div&gt;&lt;span class=&quot;hljs-keyword&quot; style=&quot;background-color: transparent; color: light-dark(rgb(0, 0, 0), rgb(255, 255, 255));&quot;&gt;return&lt;/span&gt;&lt;span style=&quot;background-color: transparent; color: light-dark(rgb(0, 0, 0), rgb(255, 255, 255));&quot;&gt; &lt;/span&gt;&lt;span class=&quot;hljs-number&quot; style=&quot;background-color: transparent; color: light-dark(rgb(0, 0, 0), rgb(255, 255, 255));&quot;&gt;-1&lt;/span&gt;&lt;span style=&quot;background-color: transparent; color: light-dark(rgb(0, 0, 0), rgb(255, 255, 255));&quot;&gt;;&lt;/span&gt;&lt;/div&gt;&lt;/blockquote&gt;&lt;div&gt;        }&lt;/div&gt;&lt;div&gt;&lt;span class=&quot;hljs-keyword&quot;&gt;return&lt;/span&gt; data[top_idx];&lt;/div&gt;&lt;/blockquote&gt;&lt;div&gt;    }&lt;br&gt;&lt;br&gt;&lt;span class=&quot;hljs-function&quot;&gt;&lt;span class=&quot;hljs-keyword&quot;&gt;bool&lt;/span&gt; &lt;span class=&quot;hljs-title&quot;&gt;empty&lt;/span&gt;&lt;span class=&quot;hljs-params&quot;&gt;()&lt;/span&gt; &lt;/span&gt;{&lt;br&gt;        &lt;span class=&quot;hljs-keyword&quot;&gt;&lt;span style=&quot;white-space: pre;&quot;&gt;&#x9;&lt;/span&gt;return&lt;/span&gt; (top_idx == &lt;span class=&quot;hljs-number&quot;&gt;-1&lt;/span&gt;);&lt;br&gt;    }&lt;br&gt;&lt;br&gt;&lt;span class=&quot;hljs-function&quot;&gt;&lt;span class=&quot;hljs-keyword&quot;&gt;int&lt;/span&gt; &lt;span class=&quot;hljs-title&quot;&gt;size&lt;/span&gt;&lt;span class=&quot;hljs-params&quot;&gt;()&lt;/span&gt; &lt;/span&gt;{&lt;br&gt;        &lt;span class=&quot;hljs-keyword&quot;&gt;&lt;span style=&quot;white-space: pre;&quot;&gt;&#x9;&lt;/span&gt;return&lt;/span&gt; top_idx + &lt;span class=&quot;hljs-number&quot;&gt;1&lt;/span&gt;;&lt;br&gt;    }&lt;/div&gt;" vertex="1">
          <mxGeometry height="460" width="280" x="-420" y="-220" as="geometry" />
        </mxCell>
        <mxCell id="UlYSjl0lvdVRrL45acZb-4" parent="1" style="text;html=1;whiteSpace=wrap;strokeColor=none;fillColor=none;align=center;verticalAlign=middle;rounded=0;" value="&lt;font face=&quot;Comic Sans MS&quot; style=&quot;background-color: rgb(229, 204, 255);&quot;&gt;queue&lt;/font&gt;" vertex="1">
          <mxGeometry height="30" width="60" x="-140" y="240" as="geometry" />
        </mxCell>
        <mxCell id="UlYSjl0lvdVRrL45acZb-5" parent="1" style="rounded=0;whiteSpace=wrap;html=1;fillColor=#fff2cc;strokeColor=#d6b656;align=left;verticalAlign=top;fontFamily=Comic Sans MS;" value="&lt;span class=&quot;hljs-class&quot;&gt;&lt;span class=&quot;hljs-keyword&quot;&gt;struct&lt;/span&gt; &lt;span class=&quot;hljs-title&quot;&gt;CircularQueue&lt;/span&gt; {&lt;/span&gt;&lt;br&gt;    &lt;span class=&quot;hljs-keyword&quot;&gt;int&lt;/span&gt; front_idx = &lt;span class=&quot;hljs-number&quot;&gt;-1&lt;/span&gt;;&lt;br&gt;    &lt;span class=&quot;hljs-keyword&quot;&gt;int&lt;/span&gt; rear_idx = &lt;span class=&quot;hljs-number&quot;&gt;-1&lt;/span&gt;;&lt;br&gt;    &lt;span class=&quot;hljs-keyword&quot;&gt;int&lt;/span&gt; data[MAX];&lt;br&gt;&lt;br&gt;    &lt;span class=&quot;hljs-function&quot;&gt;&lt;span class=&quot;hljs-keyword&quot;&gt;bool&lt;/span&gt; &lt;span class=&quot;hljs-title&quot;&gt;isFull&lt;/span&gt;&lt;span class=&quot;hljs-params&quot;&gt;()&lt;/span&gt; &lt;/span&gt;{&lt;br&gt;&lt;span class=&quot;hljs-keyword&quot;&gt;&lt;span style=&quot;white-space: pre;&quot;&gt;&#x9;&lt;/span&gt;return&lt;/span&gt; (rear_idx + &lt;span class=&quot;hljs-number&quot;&gt;1&lt;/span&gt;) % MAX == front_idx;&lt;br&gt;    }&lt;br&gt;&lt;br&gt;    &lt;span class=&quot;hljs-function&quot;&gt;&lt;span class=&quot;hljs-keyword&quot;&gt;bool&lt;/span&gt; &lt;span class=&quot;hljs-title&quot;&gt;isEmpty&lt;/span&gt;&lt;span class=&quot;hljs-params&quot;&gt;()&lt;/span&gt; &lt;/span&gt;{&lt;br&gt;        &lt;span class=&quot;hljs-keyword&quot;&gt;&lt;span style=&quot;white-space: pre;&quot;&gt;&#x9;&lt;/span&gt;return&lt;/span&gt; front_idx == &lt;span class=&quot;hljs-number&quot;&gt;-1&lt;/span&gt;;&lt;br&gt;    }&lt;br&gt;&lt;br&gt;    &lt;span class=&quot;hljs-function&quot;&gt;&lt;span class=&quot;hljs-keyword&quot;&gt;void&lt;/span&gt; &lt;span class=&quot;hljs-title&quot;&gt;push&lt;/span&gt;&lt;span class=&quot;hljs-params&quot;&gt;(&lt;span class=&quot;hljs-keyword&quot;&gt;int&lt;/span&gt; x)&lt;/span&gt; &lt;/span&gt;{&lt;br&gt;        &lt;blockquote style=&quot;margin: 0 0 0 40px; border: none; padding: 0px;&quot;&gt;&lt;span class=&quot;hljs-keyword&quot;&gt;if&lt;/span&gt; (isFull()) &lt;span class=&quot;hljs-keyword&quot;&gt;return&lt;/span&gt;;&lt;br&gt;&lt;span class=&quot;hljs-keyword&quot;&gt;if&lt;/span&gt; (isEmpty()) {&lt;br&gt;            front_idx = &lt;span class=&quot;hljs-number&quot;&gt;0&lt;/span&gt;;&lt;br&gt;            rear_idx = &lt;span class=&quot;hljs-number&quot;&gt;0&lt;/span&gt;;&lt;br&gt;        } &lt;span class=&quot;hljs-keyword&quot;&gt;else&lt;/span&gt; {&lt;br&gt;            rear_idx = (rear_idx + &lt;span class=&quot;hljs-number&quot;&gt;1&lt;/span&gt;) % MAX;&lt;br&gt;         }&lt;br&gt;        data[rear_idx] = x;&lt;/blockquote&gt;                    }&lt;br&gt;&lt;br&gt;    &lt;span class=&quot;hljs-function&quot;&gt;&lt;span class=&quot;hljs-keyword&quot;&gt;void&lt;/span&gt; &lt;span class=&quot;hljs-title&quot;&gt;pop&lt;/span&gt;&lt;span class=&quot;hljs-params&quot;&gt;()&lt;/span&gt; &lt;/span&gt;{&lt;br&gt;        &lt;blockquote style=&quot;margin: 0 0 0 40px; border: none; padding: 0px;&quot;&gt;&lt;span class=&quot;hljs-keyword&quot;&gt;if&lt;/span&gt; (isEmpty()) &lt;span class=&quot;hljs-keyword&quot;&gt;return&lt;/span&gt;;&lt;br&gt;&lt;span class=&quot;hljs-keyword&quot;&gt;if&lt;/span&gt; (front_idx == rear_idx) {&lt;br&gt;            front_idx = &lt;span class=&quot;hljs-number&quot;&gt;-1&lt;/span&gt;;&lt;br&gt;            rear_idx = &lt;span class=&quot;hljs-number&quot;&gt;-1&lt;/span&gt;;&lt;br&gt;        } &lt;span class=&quot;hljs-keyword&quot;&gt;else&lt;/span&gt; {&lt;br&gt;            front_idx = (front_idx + &lt;span class=&quot;hljs-number&quot;&gt;1&lt;/span&gt;) % MAX;&lt;br&gt;         }&lt;/blockquote&gt;                    }&lt;br&gt;&lt;br&gt;    &lt;span class=&quot;hljs-function&quot;&gt;&lt;span class=&quot;hljs-keyword&quot;&gt;int&lt;/span&gt; &lt;span class=&quot;hljs-title&quot;&gt;front&lt;/span&gt;&lt;span class=&quot;hljs-params&quot;&gt;()&lt;/span&gt; &lt;/span&gt;{&lt;br&gt;        &lt;blockquote style=&quot;margin: 0 0 0 40px; border: none; padding: 0px;&quot;&gt;&lt;span class=&quot;hljs-keyword&quot;&gt;if&lt;/span&gt; (isEmpty()) &lt;span class=&quot;hljs-keyword&quot;&gt;return&lt;/span&gt; &lt;span class=&quot;hljs-number&quot;&gt;-1&lt;/span&gt;;&lt;br&gt; &lt;span class=&quot;hljs-keyword&quot;&gt;return&lt;/span&gt; data[front_idx];&lt;/blockquote&gt;            }&lt;br&gt;};" vertex="1">
          <mxGeometry height="570" width="290" x="-130" y="-330" as="geometry" />
        </mxCell>
        <mxCell id="UlYSjl0lvdVRrL45acZb-6" edge="1" parent="1" source="yBzh8kHyCaq23NqblMVC-4" style="endArrow=openThin;html=1;rounded=0;endFill=0;strokeColor=light-dark(#929090, #ededed);exitX=0.75;exitY=0;exitDx=0;exitDy=0;entryX=0.75;entryY=1;entryDx=0;entryDy=0;" target="UlYSjl0lvdVRrL45acZb-4" value="">
          <mxGeometry height="50" relative="1" width="50" as="geometry">
            <mxPoint x="-180" y="390" as="sourcePoint" />
            <mxPoint x="-130" y="340" as="targetPoint" />
          </mxGeometry>
        </mxCell>
        <mxCell id="UlYSjl0lvdVRrL45acZb-9" parent="1" style="rounded=0;whiteSpace=wrap;html=1;fillColor=#fff2cc;strokeColor=#d6b656;align=left;verticalAlign=top;fontFamily=Comic Sans MS;" value="+ prefix sum array&lt;div&gt;&lt;span style=&quot;white-space: pre;&quot;&gt;&#x9;&lt;/span&gt;A[i] = A[i-1] + A[i];&lt;div&gt;&lt;div&gt;+ different array&lt;/div&gt;&lt;/div&gt;&lt;div&gt;&lt;span style=&quot;white-space: pre;&quot;&gt;&#x9;&lt;/span&gt;- increase K value in to [L, R]&lt;br&gt;&lt;/div&gt;&lt;div&gt;&lt;span style=&quot;white-space: pre;&quot;&gt;&#x9;&lt;span style=&quot;white-space: pre;&quot;&gt;&#x9;&lt;/span&gt;&lt;/span&gt;+&amp;nbsp;&lt;span style=&quot;background-color: transparent; color: light-dark(rgb(0, 0, 0), rgb(255, 255, 255));&quot;&gt;Delta[L] += V&lt;/span&gt;&lt;br&gt;&lt;/div&gt;&lt;div&gt;&lt;span style=&quot;background-color: transparent; color: light-dark(rgb(0, 0, 0), rgb(255, 255, 255));&quot;&gt;&lt;span style=&quot;white-space: pre;&quot;&gt;&#x9;&lt;/span&gt;&lt;span style=&quot;white-space: pre;&quot;&gt;&#x9;&lt;/span&gt;+&amp;nbsp;&lt;/span&gt;&lt;span style=&quot;background-color: transparent; color: light-dark(rgb(0, 0, 0), rgb(255, 255, 255));&quot;&gt;Delta[R+1] -= V&lt;/span&gt;&lt;span style=&quot;background-color: transparent; color: light-dark(rgb(0, 0, 0), rgb(255, 255, 255));&quot;&gt;&lt;br&gt;&lt;/span&gt;&lt;/div&gt;&lt;div&gt;&lt;span style=&quot;white-space: pre;&quot;&gt;&#x9;&lt;/span&gt;- calculation&amp;nbsp;&lt;span style=&quot;background-color: transparent; color: light-dark(rgb(0, 0, 0), rgb(255, 255, 255));&quot;&gt;Prefix_Delta is prefix of Delta&lt;/span&gt;&lt;br&gt;&lt;/div&gt;&lt;div&gt;&lt;span style=&quot;background-color: transparent; color: light-dark(rgb(0, 0, 0), rgb(255, 255, 255));&quot;&gt;&lt;span style=&quot;white-space: pre;&quot;&gt;&#x9;&lt;/span&gt;-&amp;nbsp;&lt;/span&gt;&lt;span style=&quot;background-color: transparent; color: light-dark(rgb(0, 0, 0), rgb(255, 255, 255));&quot;&gt;A_new[i] = A_old[i] + Prefix_Delta[i]&lt;/span&gt;&lt;span style=&quot;background-color: transparent; color: light-dark(rgb(0, 0, 0), rgb(255, 255, 255));&quot;&gt;&lt;br&gt;&lt;/span&gt;&lt;/div&gt;&lt;/div&gt;" vertex="1">
          <mxGeometry height="140" width="310" x="-740" y="160" as="geometry" />
        </mxCell>
        <mxCell id="UlYSjl0lvdVRrL45acZb-10" parent="1" style="text;html=1;whiteSpace=wrap;strokeColor=none;fillColor=none;align=center;verticalAlign=middle;rounded=0;" value="&lt;font face=&quot;Comic Sans MS&quot; style=&quot;background-color: rgb(204, 255, 204);&quot;&gt;different array +&amp;nbsp;&lt;/font&gt;&lt;span style=&quot;font-family: &amp;quot;Comic Sans MS&amp;quot;; background-color: rgb(204, 255, 204);&quot;&gt;prefix sum array&lt;/span&gt;" vertex="1">
          <mxGeometry height="30" width="200" x="-480" y="310" as="geometry" />
        </mxCell>
        <mxCell id="UlYSjl0lvdVRrL45acZb-11" edge="1" parent="1" source="yBzh8kHyCaq23NqblMVC-4" style="endArrow=openThin;html=1;rounded=0;endFill=0;strokeColor=light-dark(#929090, #ededed);exitX=0;exitY=0;exitDx=0;exitDy=0;entryX=0.5;entryY=1;entryDx=0;entryDy=0;" target="UlYSjl0lvdVRrL45acZb-10" value="">
          <mxGeometry height="50" relative="1" width="50" as="geometry">
            <mxPoint x="-560" y="280" as="sourcePoint" />
            <mxPoint x="-510" y="230" as="targetPoint" />
          </mxGeometry>
        </mxCell>
        <mxCell id="UlYSjl0lvdVRrL45acZb-13" parent="1" style="text;html=1;whiteSpace=wrap;strokeColor=none;fillColor=none;align=center;verticalAlign=middle;rounded=0;" value="&lt;font face=&quot;Comic Sans MS&quot; style=&quot;background-color: rgb(204, 255, 255);&quot;&gt;monotonic deque&lt;/font&gt;" vertex="1">
          <mxGeometry height="30" width="100" x="-510" y="340" as="geometry" />
        </mxCell>
        <mxCell id="UlYSjl0lvdVRrL45acZb-14" edge="1" parent="1" source="yBzh8kHyCaq23NqblMVC-4" style="endArrow=openThin;html=1;rounded=0;endFill=0;strokeColor=light-dark(#929090, #ededed);exitX=0;exitY=0;exitDx=0;exitDy=0;entryX=1;entryY=0.75;entryDx=0;entryDy=0;" target="UlYSjl0lvdVRrL45acZb-13" value="">
          <mxGeometry height="50" relative="1" width="50" as="geometry">
            <mxPoint x="-570" y="210" as="sourcePoint" />
            <mxPoint x="-520" y="160" as="targetPoint" />
          </mxGeometry>
        </mxCell>
        <mxCell id="UlYSjl0lvdVRrL45acZb-15" parent="1" style="rounded=0;whiteSpace=wrap;html=1;fillColor=#fff2cc;strokeColor=#d6b656;align=left;verticalAlign=top;fontFamily=Comic Sans MS;" value="3 steps :&amp;nbsp;&lt;div&gt;&lt;span style=&quot;white-space: pre;&quot;&gt;&#x9;&lt;/span&gt;+ remove expired element ( pop_front)&lt;br&gt;&lt;/div&gt;&lt;div&gt;&lt;span style=&quot;white-space: pre;&quot;&gt;&#x9;&lt;/span&gt;+ remove the weaker element ( pop_back )&lt;br&gt;&lt;/div&gt;&lt;div&gt;&lt;span style=&quot;white-space: pre;&quot;&gt;&#x9;&lt;/span&gt;+ push new element ( push_back )&lt;/div&gt;&lt;div&gt;-&amp;gt; result alway at the front of the deque&lt;/div&gt;" vertex="1">
          <mxGeometry height="90" width="290" x="-810" y="310" as="geometry" />
        </mxCell>
        <mxCell id="UlYSjl0lvdVRrL45acZb-16" parent="1" style="rounded=0;whiteSpace=wrap;html=1;fillColor=#fff2cc;strokeColor=#d6b656;align=left;verticalAlign=top;fontFamily=Comic Sans MS;" value="&lt;span class=&quot;hljs-built_in&quot;&gt;priority_queue&lt;/span&gt;&amp;lt;&lt;span class=&quot;hljs-keyword&quot;&gt;int&lt;/span&gt;, &lt;span class=&quot;hljs-built_in&quot;&gt;std&lt;/span&gt;::&lt;span class=&quot;hljs-built_in&quot;&gt;vector&lt;/span&gt;&amp;lt;&lt;span class=&quot;hljs-keyword&quot;&gt;int&lt;/span&gt;&amp;gt;, &lt;span class=&quot;hljs-keyword&quot;&gt;decltype&lt;/span&gt;([](&lt;span class=&quot;hljs-keyword&quot;&gt;int&lt;/span&gt; a, &lt;span class=&quot;hljs-keyword&quot;&gt;int&lt;/span&gt; b) {&amp;nbsp;&lt;span class=&quot;hljs-keyword&quot;&gt;return&lt;/span&gt; a &amp;gt; b;})&amp;gt; pq;" vertex="1">
          <mxGeometry height="30" width="450" x="-930" y="410" as="geometry" />
        </mxCell>
        <mxCell id="UlYSjl0lvdVRrL45acZb-18" parent="1" style="text;html=1;whiteSpace=wrap;strokeColor=none;fillColor=none;align=center;verticalAlign=middle;rounded=0;" value="&lt;font face=&quot;Comic Sans MS&quot; style=&quot;background-color: rgb(255, 204, 255);&quot;&gt;priority_queue&lt;/font&gt;" vertex="1">
-           <mxGeometry height="30" width="100" x="-514" y="380" as="geometry" />
-         </mxCell>
-         <mxCell id="UlYSjl0lvdVRrL45acZb-19" edge="1" parent="1" source="yBzh8kHyCaq23NqblMVC-4" style="endArrow=openThin;html=1;rounded=0;endFill=0;strokeColor=light-dark(#929090, #ededed);exitX=0;exitY=0.25;exitDx=0;exitDy=0;entryX=1;entryY=0.5;entryDx=0;entryDy=0;" target="UlYSjl0lvdVRrL45acZb-18" value="">
+           <mxGeometry height="30" width="100" x="-480" y="410" as="geometry" />
+         </mxCell>
+         <mxCell id="UlYSjl0lvdVRrL45acZb-19" edge="1" parent="1" source="yBzh8kHyCaq23NqblMVC-4" style="endArrow=openThin;html=1;rounded=0;endFill=0;strokeColor=light-dark(#929090, #ededed);exitX=0;exitY=0;exitDx=0;exitDy=0;entryX=1;entryY=0.5;entryDx=0;entryDy=0;" target="UlYSjl0lvdVRrL45acZb-18" value="">
          <mxGeometry height="50" relative="1" width="50" as="geometry">
            <mxPoint x="-550" y="520" as="sourcePoint" />
            <mxPoint x="-500" y="470" as="targetPoint" />
+           </mxGeometry>
+         </mxCell>
+         <mxCell id="uzj2mgR9r6HL7Yr1DnJV-1" parent="1" style="text;html=1;whiteSpace=wrap;strokeColor=none;fillColor=#CCFFFF;align=center;verticalAlign=middle;rounded=0;" value="&lt;font face=&quot;Comic Sans MS&quot;&gt;sparse table&lt;/font&gt;" vertex="1">
+           <mxGeometry height="20" width="100" x="-500" y="460" as="geometry" />
+         </mxCell>
+         <mxCell id="uzj2mgR9r6HL7Yr1DnJV-2" edge="1" parent="1" source="yBzh8kHyCaq23NqblMVC-4" style="endArrow=openThin;html=1;rounded=0;endFill=0;strokeColor=light-dark(#929090, #ededed);exitX=0;exitY=0.5;exitDx=0;exitDy=0;entryX=1;entryY=0.5;entryDx=0;entryDy=0;" target="uzj2mgR9r6HL7Yr1DnJV-1" value="">
+           <mxGeometry height="50" relative="1" width="50" as="geometry">
+             <mxPoint x="-390" y="500" as="sourcePoint" />
+             <mxPoint x="-340" y="450" as="targetPoint" />
          </mxGeometry>
        </mxCell>
      </root>
    </mxGraphModel>
  </diagram>
</mxfile>
